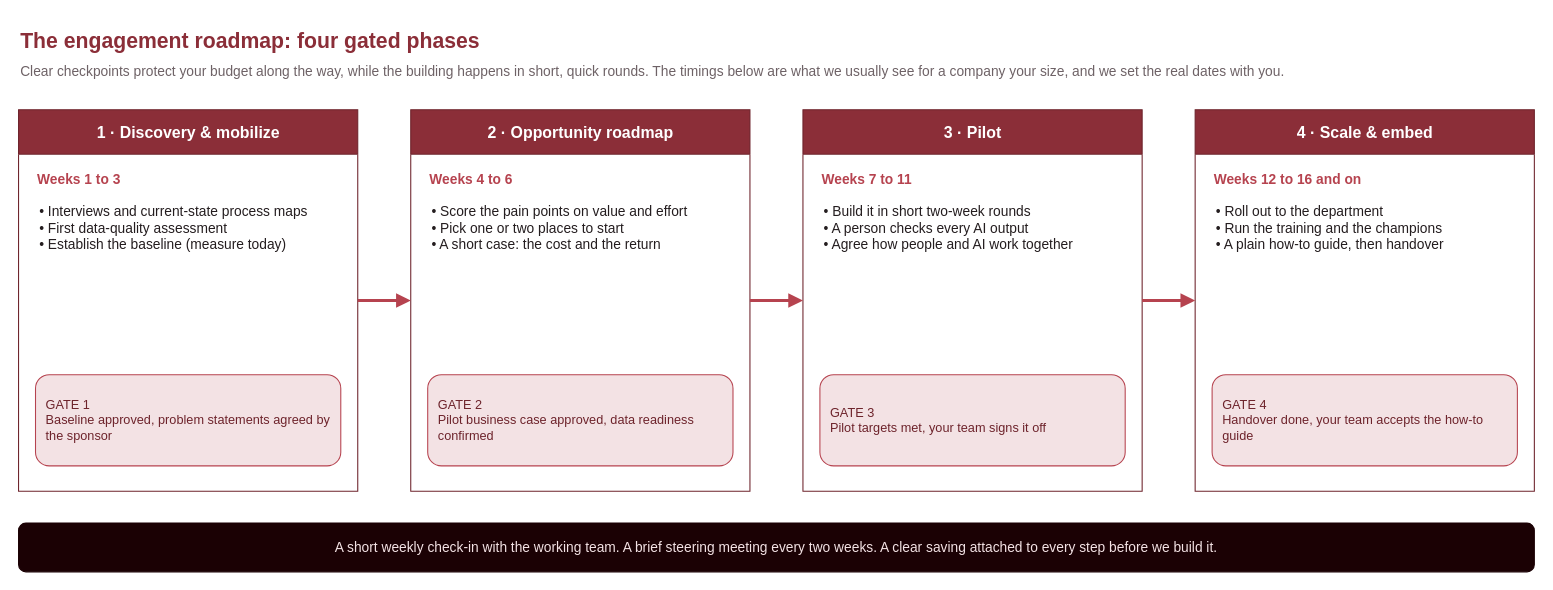
ademczuk/top-spirit-delivery keeps this draw.io diagram as diagrams/1-roadmap.drawio. Above is the earlier version. Source tidied: cells renumbered, new cells numbered last; positions are measured from the earlier drawing's top-left corner, leaving out a move shared by most shapes. Both pictures are drawn from the tidied source at 106%, with x=0, y=0 at pixel (18, 18).
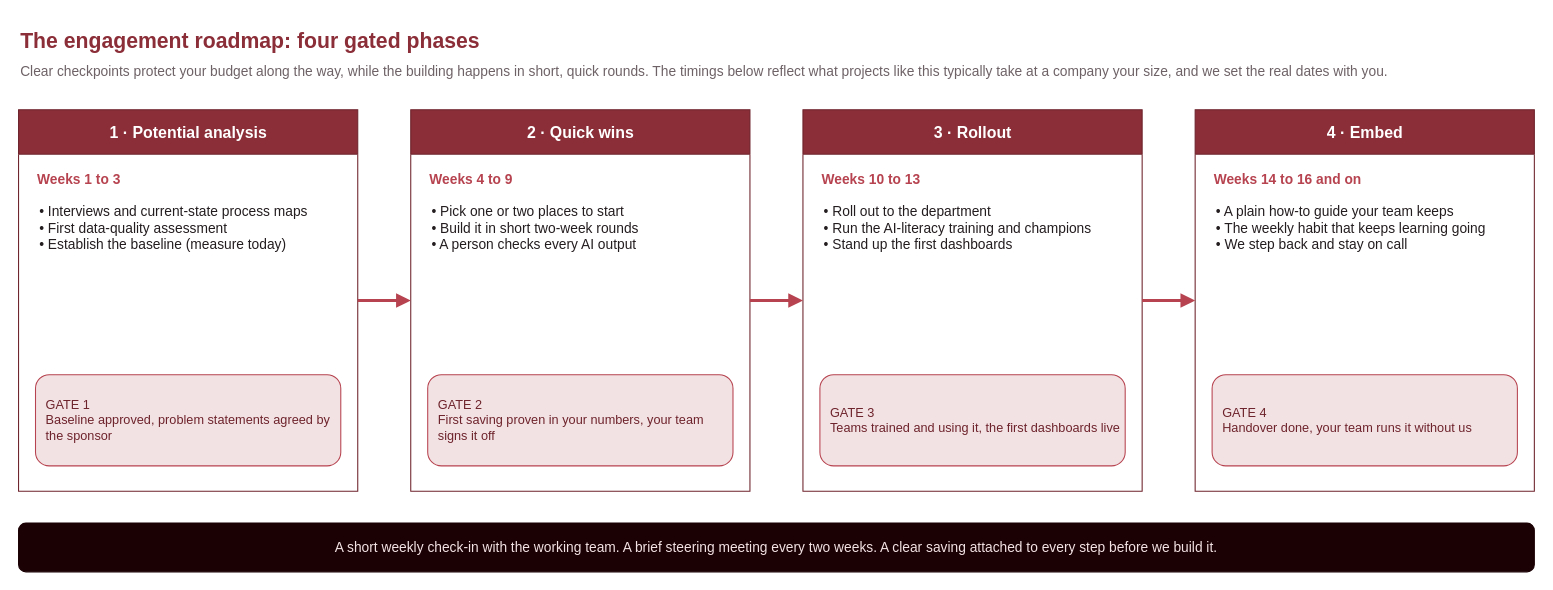
After the change.

Change to the diagram source:
```diff
@@
-    <mxCell id="3" value="Clear checkpoints protect your budget along the way, while the building happens in short, quick rounds. The timings below are what we usually see for a company your size, and we set the real dates with you." style="text;html=1;align=left;verticalAlign=middle;fontColor=#6e6266;fontSize=13;" parent="1" vertex="1">
+    <mxCell id="3" value="Clear checkpoints protect your budget along the way, while the building happens in short, quick rounds. The timings below reflect what projects like this typically take at a company your size, and we set the real dates with you." style="text;html=1;align=left;verticalAlign=middle;fontColor=#6e6266;fontSize=13;" parent="1" vertex="1">
       <mxGeometry y="38" width="1420" height="24" as="geometry" />
     </mxCell>
-    <mxCell id="4" value="1 · Discovery &amp; mobilize" style="swimlane;html=1;startSize=42;fillColor=#8b2e38;swimlaneFillColor=#ffffff;strokeColor=#6d232b;fontColor=#ffffff;fontSize=15;fontStyle=1;align=center;" parent="1" vertex="1">
+    <mxCell id="4" value="1 · Potential analysis" style="swimlane;html=1;startSize=42;fillColor=#8b2e38;swimlaneFillColor=#ffffff;strokeColor=#6d232b;fontColor=#ffffff;fontSize=15;fontStyle=1;align=center;" parent="1" vertex="1">
       <mxGeometry y="86" width="320" height="360" as="geometry" />
     </mxCell>
@@
-    <mxCell id="8" value="2 · Opportunity roadmap" style="swimlane;html=1;startSize=42;fillColor=#8b2e38;swimlaneFillColor=#ffffff;strokeColor=#6d232b;fontColor=#ffffff;fontSize=15;fontStyle=1;align=center;" parent="1" vertex="1">
+    <mxCell id="8" value="2 · Quick wins" style="swimlane;html=1;startSize=42;fillColor=#8b2e38;swimlaneFillColor=#ffffff;strokeColor=#6d232b;fontColor=#ffffff;fontSize=15;fontStyle=1;align=center;" parent="1" vertex="1">
       <mxGeometry x="370" y="86" width="320" height="360" as="geometry" />
     </mxCell>
-    <mxCell id="9" value="Weeks 4 to 6" style="text;html=1;align=left;fontColor=#b6434f;fontSize=13;fontStyle=1;" parent="8" vertex="1">
+    <mxCell id="9" value="Weeks 4 to 9" style="text;html=1;align=left;fontColor=#b6434f;fontSize=13;fontStyle=1;" parent="8" vertex="1">
       <mxGeometry x="16" y="52" width="280" height="22" as="geometry" />
     </mxCell>
-    <mxCell id="10" value="• Score the pain points on value and effort&#10;• Pick one or two places to start&#10;• A short case: the cost and the return" style="text;html=1;align=left;verticalAlign=top;fontColor=#241d1f;fontSize=13;spacingLeft=2;" parent="8" vertex="1">
+    <mxCell id="10" value="• Pick one or two places to start&#10;• Build it in short two-week rounds&#10;• A person checks every AI output" style="text;html=1;align=left;verticalAlign=top;fontColor=#241d1f;fontSize=13;spacingLeft=2;" parent="8" vertex="1">
       <mxGeometry x="16" y="82" width="288" height="150" as="geometry" />
     </mxCell>
-    <mxCell id="11" value="GATE 2&#10;Pilot business case approved, data readiness confirmed" style="rounded=1;html=1;whiteSpace=wrap;fillColor=#f3e2e4;strokeColor=#b6434f;fontColor=#6d232b;fontSize=12;align=left;spacingLeft=8;verticalAlign=middle;" parent="8" vertex="1">
+    <mxCell id="11" value="GATE 2&#10;First saving proven in your numbers, your team signs it off" style="rounded=1;html=1;whiteSpace=wrap;fillColor=#f3e2e4;strokeColor=#b6434f;fontColor=#6d232b;fontSize=12;align=left;spacingLeft=8;verticalAlign=middle;" parent="8" vertex="1">
       <mxGeometry x="16" y="250" width="288" height="86" as="geometry" />
     </mxCell>
-    <mxCell id="12" value="3 · Pilot" style="swimlane;html=1;startSize=42;fillColor=#8b2e38;swimlaneFillColor=#ffffff;strokeColor=#6d232b;fontColor=#ffffff;fontSize=15;fontStyle=1;align=center;" parent="1" vertex="1">
+    <mxCell id="12" value="3 · Rollout" style="swimlane;html=1;startSize=42;fillColor=#8b2e38;swimlaneFillColor=#ffffff;strokeColor=#6d232b;fontColor=#ffffff;fontSize=15;fontStyle=1;align=center;" parent="1" vertex="1">
       <mxGeometry x="740" y="86" width="320" height="360" as="geometry" />
     </mxCell>
-    <mxCell id="13" value="Weeks 7 to 11" style="text;html=1;align=left;fontColor=#b6434f;fontSize=13;fontStyle=1;" parent="12" vertex="1">
+    <mxCell id="13" value="Weeks 10 to 13" style="text;html=1;align=left;fontColor=#b6434f;fontSize=13;fontStyle=1;" parent="12" vertex="1">
       <mxGeometry x="16" y="52" width="280" height="22" as="geometry" />
     </mxCell>
-    <mxCell id="14" value="• Build it in short two-week rounds&#10;• A person checks every AI output&#10;• Agree how people and AI work together" style="text;html=1;align=left;verticalAlign=top;fontColor=#241d1f;fontSize=13;spacingLeft=2;" parent="12" vertex="1">
+    <mxCell id="14" value="• Roll out to the department&#10;• Run the AI-literacy training and champions&#10;• Stand up the first dashboards" style="text;html=1;align=left;verticalAlign=top;fontColor=#241d1f;fontSize=13;spacingLeft=2;" parent="12" vertex="1">
       <mxGeometry x="16" y="82" width="288" height="150" as="geometry" />
     </mxCell>
-    <mxCell id="15" value="GATE 3&#10;Pilot targets met, your team signs it off" style="rounded=1;html=1;whiteSpace=wrap;fillColor=#f3e2e4;strokeColor=#b6434f;fontColor=#6d232b;fontSize=12;align=left;spacingLeft=8;verticalAlign=middle;" parent="12" vertex="1">
+    <mxCell id="15" value="GATE 3&#10;Teams trained and using it, the first dashboards live" style="rounded=1;html=1;whiteSpace=wrap;fillColor=#f3e2e4;strokeColor=#b6434f;fontColor=#6d232b;fontSize=12;align=left;spacingLeft=8;verticalAlign=middle;" parent="12" vertex="1">
       <mxGeometry x="16" y="250" width="288" height="86" as="geometry" />
     </mxCell>
-    <mxCell id="16" value="4 · Scale &amp; embed" style="swimlane;html=1;startSize=42;fillColor=#8b2e38;swimlaneFillColor=#ffffff;strokeColor=#6d232b;fontColor=#ffffff;fontSize=15;fontStyle=1;align=center;" parent="1" vertex="1">
+    <mxCell id="16" value="4 · Embed" style="swimlane;html=1;startSize=42;fillColor=#8b2e38;swimlaneFillColor=#ffffff;strokeColor=#6d232b;fontColor=#ffffff;fontSize=15;fontStyle=1;align=center;" parent="1" vertex="1">
       <mxGeometry x="1110" y="86" width="320" height="360" as="geometry" />
     </mxCell>
-    <mxCell id="17" value="Weeks 12 to 16 and on" style="text;html=1;align=left;fontColor=#b6434f;fontSize=13;fontStyle=1;" parent="16" vertex="1">
+    <mxCell id="17" value="Weeks 14 to 16 and on" style="text;html=1;align=left;fontColor=#b6434f;fontSize=13;fontStyle=1;" parent="16" vertex="1">
       <mxGeometry x="16" y="52" width="290" height="22" as="geometry" />
     </mxCell>
-    <mxCell id="18" value="• Roll out to the department&#10;• Run the training and the champions&#10;• A plain how-to guide, then handover" style="text;html=1;align=left;verticalAlign=top;fontColor=#241d1f;fontSize=13;spacingLeft=2;" parent="16" vertex="1">
+    <mxCell id="18" value="• A plain how-to guide your team keeps&#10;• The weekly habit that keeps learning going&#10;• We step back and stay on call" style="text;html=1;align=left;verticalAlign=top;fontColor=#241d1f;fontSize=13;spacingLeft=2;" parent="16" vertex="1">
       <mxGeometry x="16" y="82" width="288" height="150" as="geometry" />
     </mxCell>
-    <mxCell id="19" value="GATE 4&#10;Handover done, your team accepts the how-to guide" style="rounded=1;html=1;whiteSpace=wrap;fillColor=#f3e2e4;strokeColor=#b6434f;fontColor=#6d232b;fontSize=12;align=left;spacingLeft=8;verticalAlign=middle;" parent="16" vertex="1">
+    <mxCell id="19" value="GATE 4&#10;Handover done, your team runs it without us" style="rounded=1;html=1;whiteSpace=wrap;fillColor=#f3e2e4;strokeColor=#b6434f;fontColor=#6d232b;fontSize=12;align=left;spacingLeft=8;verticalAlign=middle;" parent="16" vertex="1">
       <mxGeometry x="16" y="250" width="288" height="86" as="geometry" />
     </mxCell>
```
